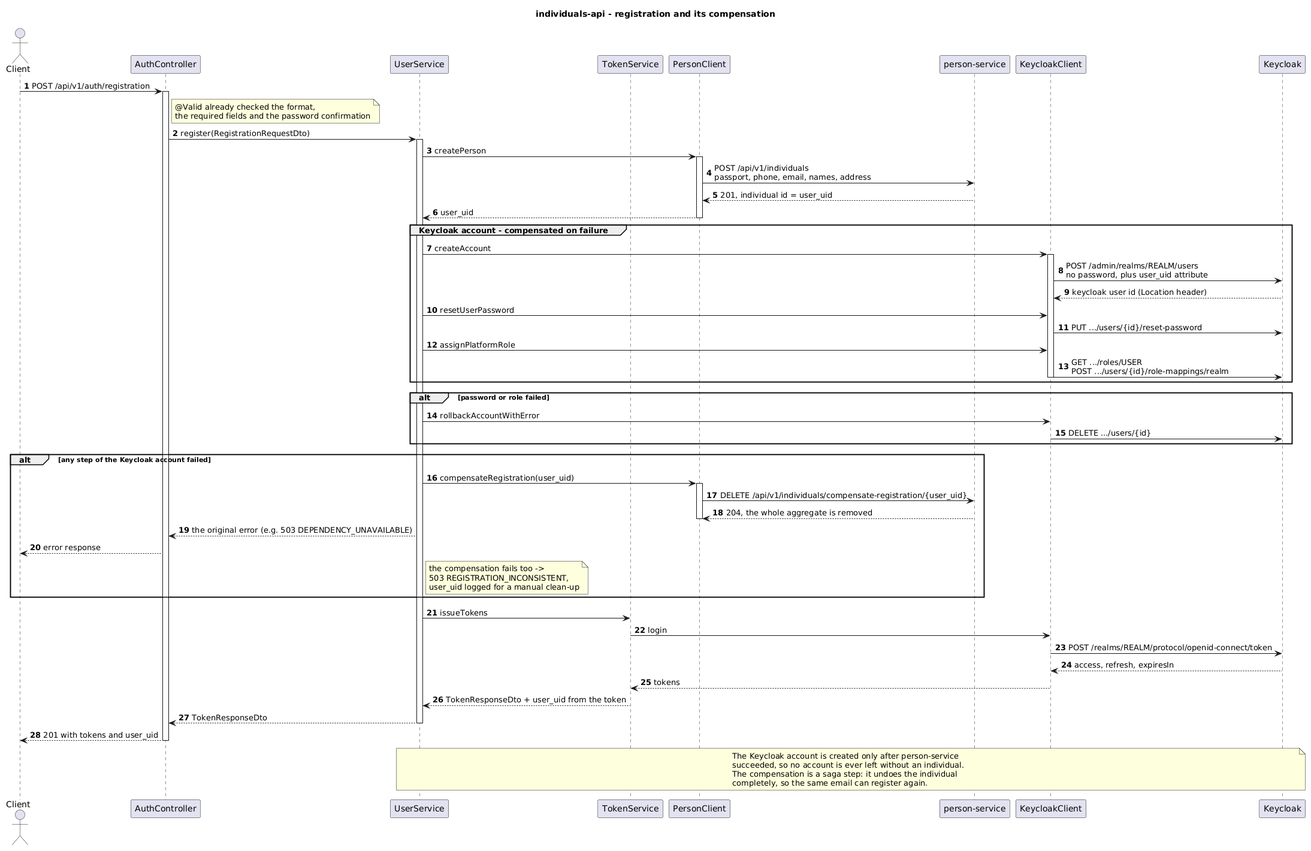
The PlantUML diagram individuals-api/diagrams-c4/png/en/sequence.png in dezxxx/payment-platform, before a commit. Its diagram source:
```plantuml
@startuml sequence
title individuals-api - registration and its compensation

autonumber
skinparam shadowing false

actor Client
participant "AuthController" as Ctl
participant "UserService" as Svc
participant "TokenService" as Tok
participant "PersonClient" as PCl
participant "person-service" as Per
participant "KeycloakClient" as KCl
participant "Keycloak" as Kc

Client -> Ctl : POST /api/v1/auth/registration
activate Ctl
note right of Ctl : @Valid already checked the format,\nthe required fields and the password confirmation
Ctl -> Svc : register(RegistrationRequestDto)
activate Svc

Svc -> PCl : createPerson
activate PCl
PCl -> Per : POST /api/v1/individuals\npassport, phone, email, names, address
Per --> PCl : 201, individual id = user_uid
PCl --> Svc : user_uid
deactivate PCl

group Keycloak account - compensated on failure
  Svc -> KCl : createAccount
  activate KCl
  KCl -> Kc : POST /admin/realms/REALM/users\nno password, plus user_uid attribute
  Kc --> KCl : keycloak user id (Location header)
  Svc -> KCl : resetUserPassword
  KCl -> Kc : PUT .../users/{id}/reset-password
  Svc -> KCl : assignPlatformRole
  KCl -> Kc : GET .../roles/USER\nPOST .../users/{id}/role-mappings/realm
  deactivate KCl
end

alt password or role failed
  Svc -> KCl : rollbackAccountWithError
  KCl -> Kc : DELETE .../users/{id}
end

alt any step of the Keycloak account failed
  Svc -> PCl : compensateRegistration(user_uid)
  activate PCl
  PCl -> Per : DELETE /api/v1/individuals/compensate-registration/{user_uid}
  Per --> PCl : 204, the whole aggregate is removed
  deactivate PCl
  Svc --> Ctl : the original error (e.g. 503 DEPENDENCY_UNAVAILABLE)
  Ctl --> Client : error response
  note right of Svc : the compensation fails too ->\n503 REGISTRATION_INCONSISTENT,\nuser_uid logged for a manual clean-up
end

Svc -> Tok : issueTokens
Tok -> KCl : login
KCl -> Kc : POST /realms/REALM/protocol/openid-connect/token
Kc --> KCl : access, refresh, expiresIn
KCl --> Tok : tokens
Tok --> Svc : TokenResponseDto + user_uid from the token
Svc --> Ctl : TokenResponseDto
deactivate Svc
Ctl --> Client : 201 with tokens and user_uid
deactivate Ctl

note over Svc, Kc
  The Keycloak account is created only after person-service
  succeeded, so no account is ever left without an individual.
  The compensation is a saga step: it undoes the individual
  completely, so the same email can register again.
end note

@enduml
```
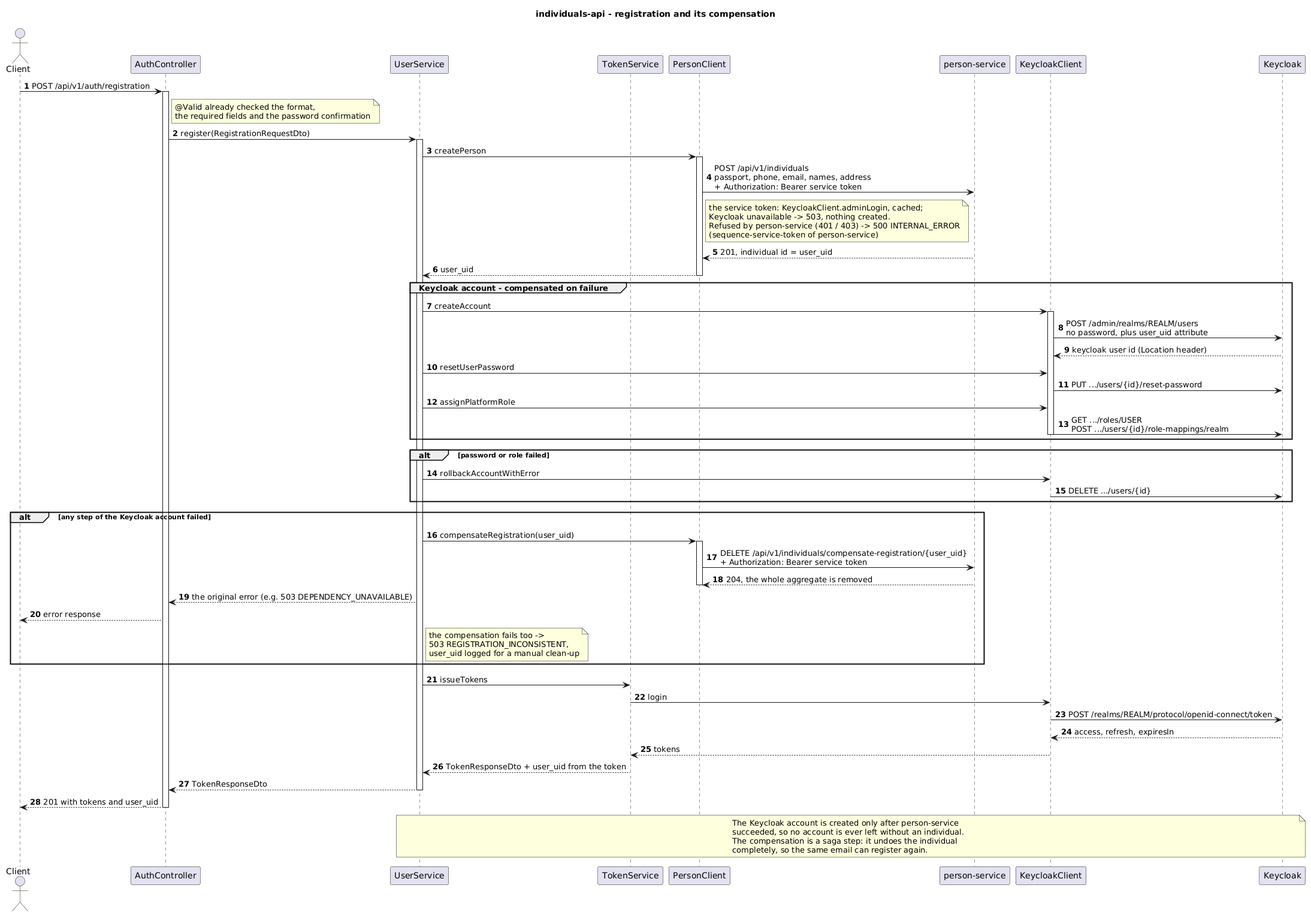
The same diagram one commit later.

Diff of the diagram source:
```diff
@@ -21,7 +21,8 @@
 
 Svc -> PCl : createPerson
 activate PCl
-PCl -> Per : POST /api/v1/individuals\npassport, phone, email, names, address
+PCl -> Per : POST /api/v1/individuals\npassport, phone, email, names, address\n+ Authorization: Bearer service token
+note right of PCl : the service token: KeycloakClient.adminLogin, cached;\nKeycloak unavailable -> 503, nothing created.\nRefused by person-service (401 / 403) -> 500 INTERNAL_ERROR\n(sequence-service-token of person-service)
 Per --> PCl : 201, individual id = user_uid
 PCl --> Svc : user_uid
 deactivate PCl
@@ -46,7 +47,7 @@
 alt any step of the Keycloak account failed
   Svc -> PCl : compensateRegistration(user_uid)
   activate PCl
-  PCl -> Per : DELETE /api/v1/individuals/compensate-registration/{user_uid}
+  PCl -> Per : DELETE /api/v1/individuals/compensate-registration/{user_uid}\n+ Authorization: Bearer service token
   Per --> PCl : 204, the whole aggregate is removed
   deactivate PCl
   Svc --> Ctl : the original error (e.g. 503 DEPENDENCY_UNAVAILABLE)
```
